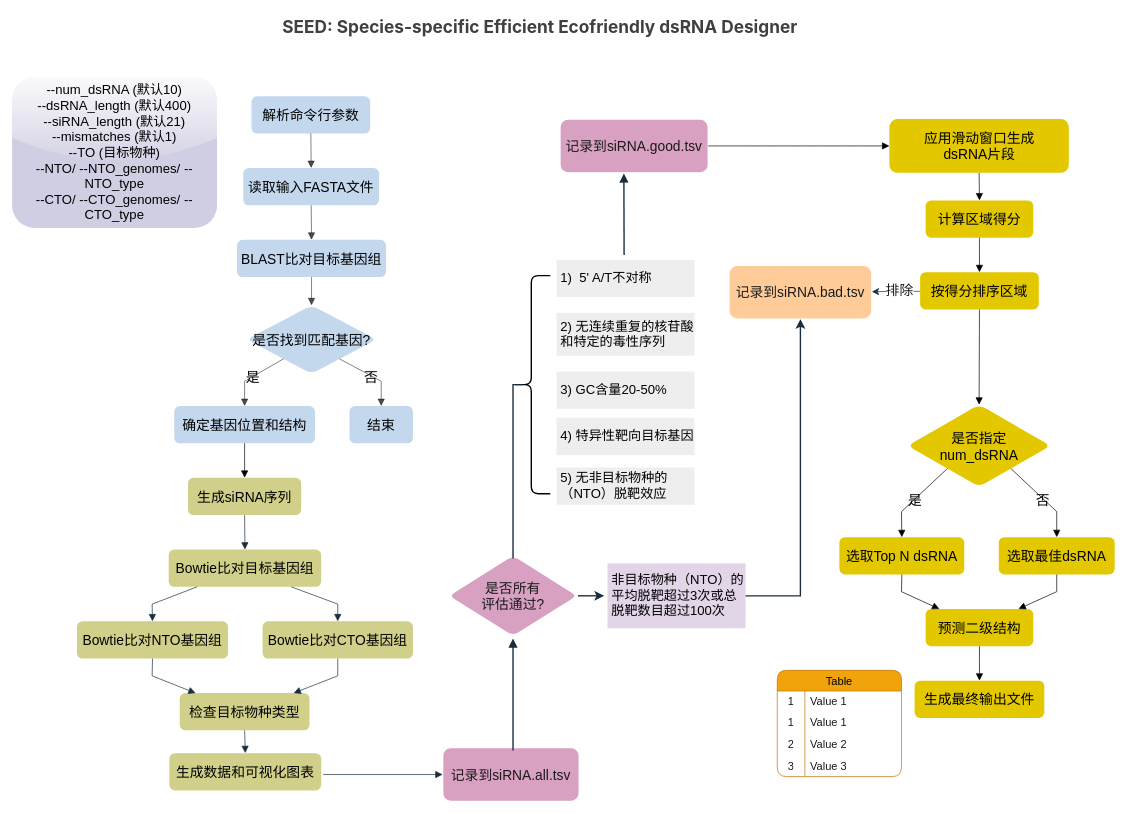
hjanime/101 keeps this draw.io diagram as page "第 19 页" (18 of 19) of 未命名绘图.drawio. Above is the earlier version. Source tidied: cells renumbered, new cells numbered last; positions are measured from the earlier drawing's top-left corner, leaving out a move shared by most shapes. Both pictures are drawn from the tidied source at 69%, with x=0, y=0 at pixel (12, 12).
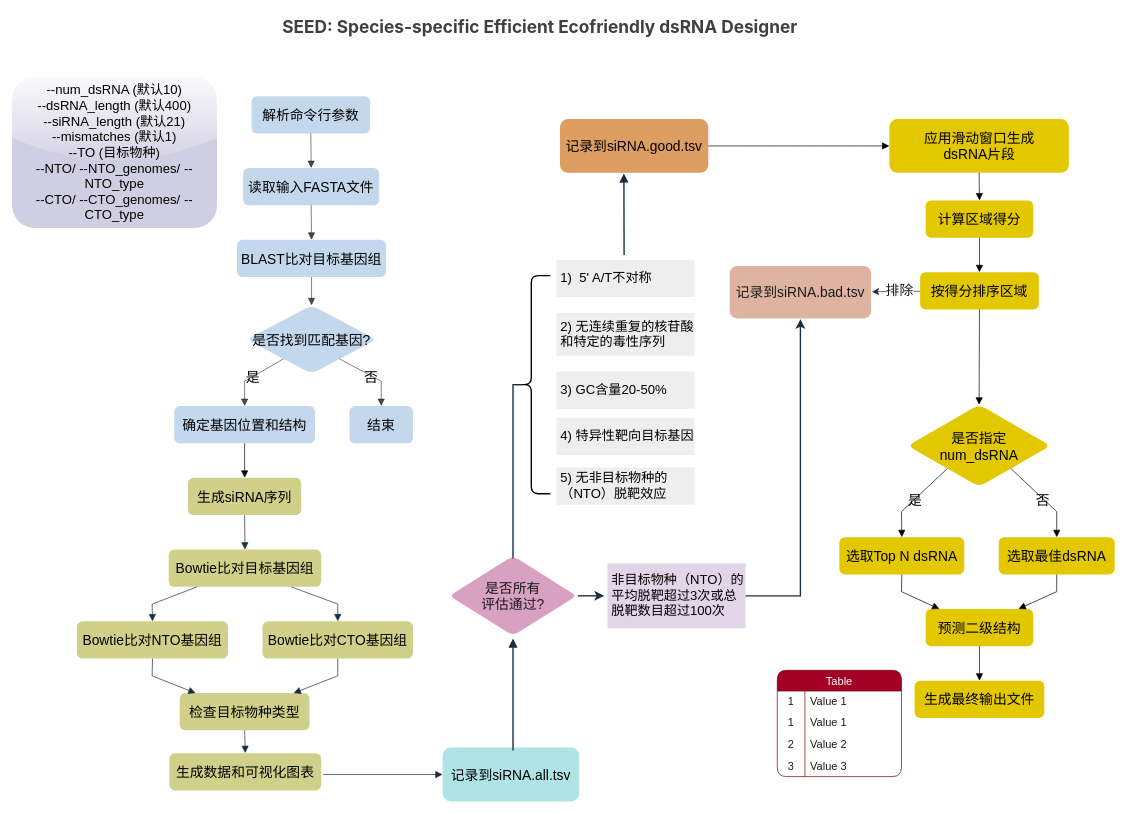
The same diagram, later.

Commit message (it also covers changes not shown here):
更新未命名绘图.drawio

The edit, as a diff of the source:
```diff
@@
-    <mxCell id="15" value="记录到siRNA.bad.tsv" style="whiteSpace=wrap;strokeWidth=2;labelBackgroundColor=none;fillColor=#FFCC99;strokeColor=#FFFFFF;fontColor=#1A1A1A;rounded=1;fontSize=20;" parent="1" vertex="1">
+    <mxCell id="15" value="记录到siRNA.bad.tsv" style="whiteSpace=wrap;strokeWidth=2;labelBackgroundColor=none;fillColor=#DEB4A0;strokeColor=#FFFFFF;fontColor=#1A1A1A;rounded=1;fontSize=20;" parent="1" vertex="1">
       <mxGeometry x="1039" y="367" width="207" height="78" as="geometry" />
     </mxCell>
-    <mxCell id="16" value="记录到siRNA.all.tsv" style="whiteSpace=wrap;strokeWidth=2;labelBackgroundColor=none;fillColor=#D8A0C1;strokeColor=#FFFFFF;fontColor=#1A1A1A;rounded=1;fontSize=20;" parent="1" vertex="1">
+    <mxCell id="16" value="记录到siRNA.all.tsv" style="whiteSpace=wrap;strokeWidth=2;labelBackgroundColor=none;fillColor=#b0e3e6;strokeColor=none;rounded=1;fontSize=20;" parent="1" vertex="1">
       <mxGeometry x="624" y="1066" width="198" height="78" as="geometry" />
     </mxCell>
@@
-    <mxCell id="19" value="记录到siRNA.good.tsv" style="whiteSpace=wrap;strokeWidth=2;labelBackgroundColor=none;fillColor=#D8A0C1;strokeColor=#FFFFFF;fontColor=#1A1A1A;rounded=1;fontSize=20;" parent="1" vertex="1">
+    <mxCell id="19" value="记录到siRNA.good.tsv" style="whiteSpace=wrap;strokeWidth=2;labelBackgroundColor=none;fillColor=#DE9D61;strokeColor=none;rounded=1;fontSize=20;" parent="1" vertex="1">
       <mxGeometry x="794" y="155" width="215" height="78" as="geometry" />
     </mxCell>
@@
-    <mxCell id="66" value="Table" style="shape=table;startSize=30;childLayout=tableLayout;rowLines=0;fontStyle=0;strokeColor=#BD7000;fontSize=16;rounded=1;fillColor=#f0a30a;fontColor=#000000;" parent="1" vertex="1">
+    <mxCell id="66" value="Table" style="shape=table;startSize=30;childLayout=tableLayout;rowLines=0;fontStyle=0;strokeColor=#6F0000;fontSize=16;rounded=1;fillColor=#a20025;fontColor=#ffffff;" parent="1" vertex="1">
       <mxGeometry x="1109" y="954" width="180" height="154" as="geometry" />
     </mxCell>
```
